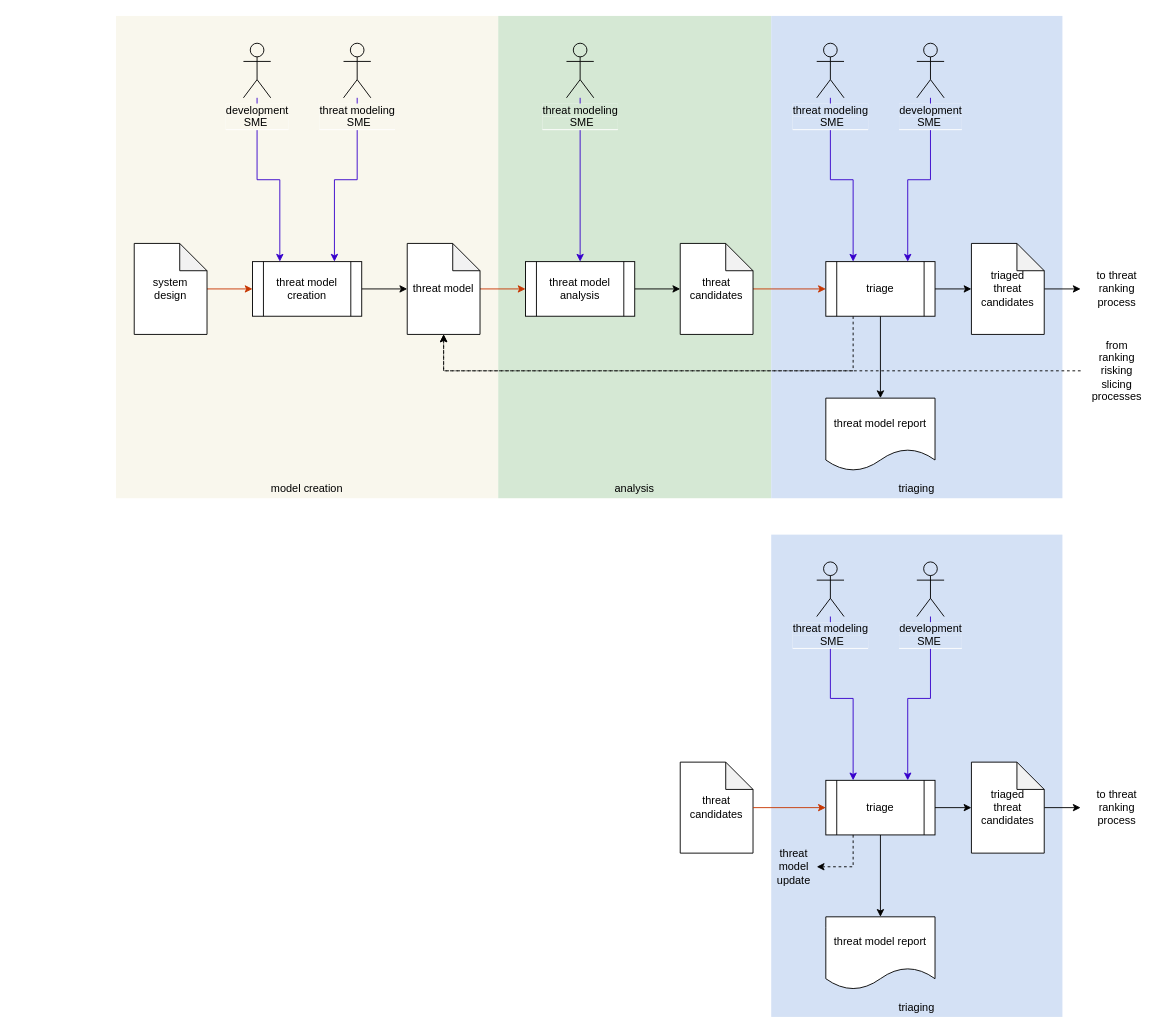
Before: source/reference_documents/secondary_documents/design phase/Threat Modeling Report/images/source/threat modeling workflow.drawio in nutonomy/AVCDL, a draw.io diagram. Source tidied: cells renumbered, new cells numbered last; positions are measured from the earlier drawing's top-left corner, leaving out a move shared by most shapes. Both pictures are drawn from the tidied source at 91%, with x=0, y=0 at pixel (116, 15).
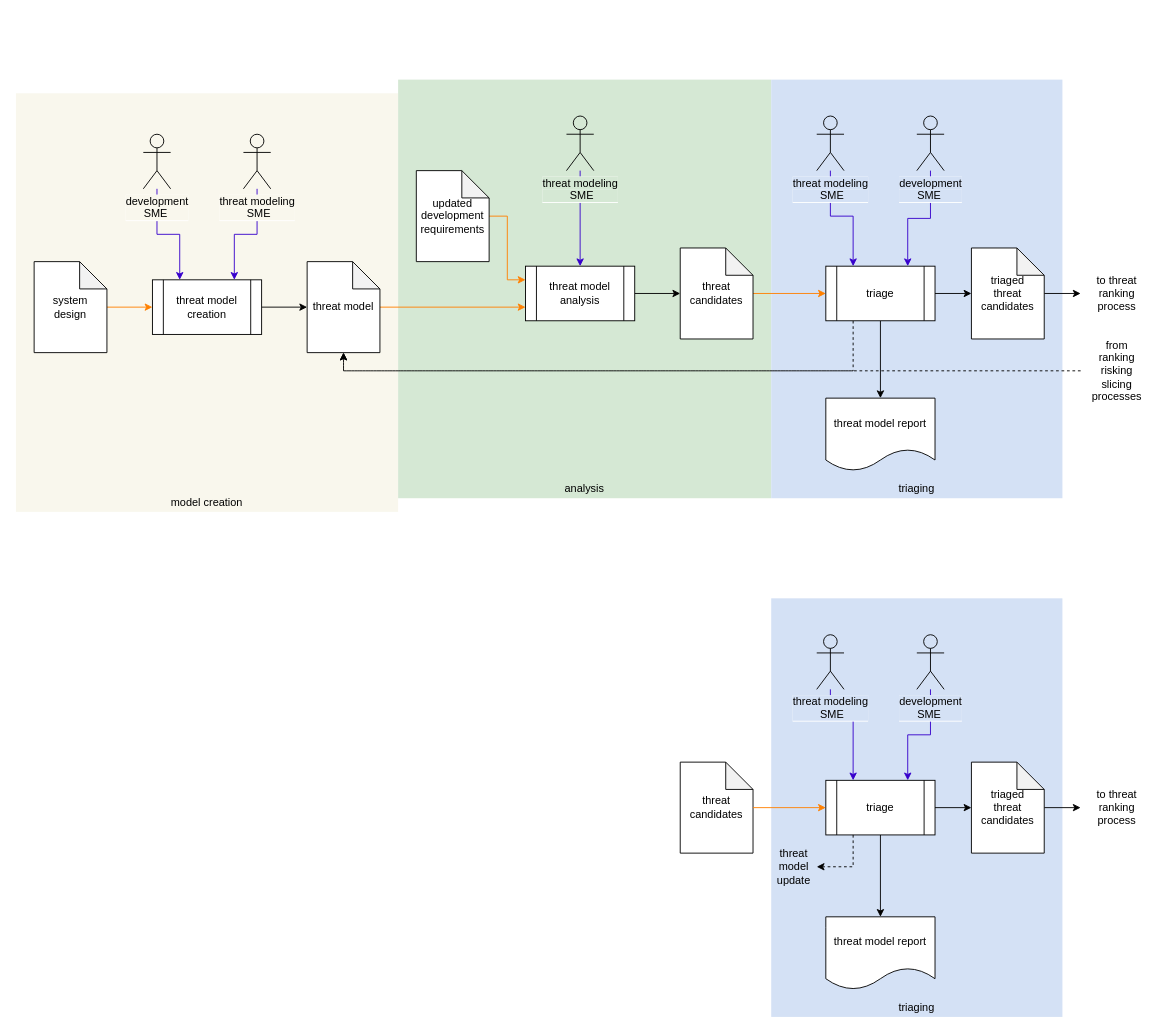
After the change.

Commit message (it also covers changes not shown here):
updated Threat Modeling Report document to call out requirements use during analysis

Unchanged cells that the change refers to:
```xml
<mxCell id="44" value="triage" style="shape=process;whiteSpace=wrap;html=1;backgroundOutline=1;" parent="1" vertex="1">
  <mxGeometry x="780" y="840" width="120" height="60" as="geometry" />
</mxCell>
<mxCell id="53" value="threat candidates" style="shape=note;whiteSpace=wrap;html=1;backgroundOutline=1;darkOpacity=0.05;" parent="1" vertex="1">
  <mxGeometry x="620" y="820" width="80" height="100" as="geometry" />
</mxCell>
```

Change to the diagram source:
```diff
@@
     <mxCell id="2" style="rounded=0;whiteSpace=wrap;html=1;fillColor=#f9f7ed;strokeColor=none;" parent="1" vertex="1">
-      <mxGeometry width="420" height="530" as="geometry" />
+      <mxGeometry x="-110" y="85" width="420" height="460" as="geometry" />
     </mxCell>
     <mxCell id="3" style="rounded=0;whiteSpace=wrap;html=1;strokeColor=none;fillColor=#D5E8D4;" parent="1" vertex="1">
-      <mxGeometry x="420" width="300" height="530" as="geometry" />
+      <mxGeometry x="310" y="70" width="410" height="460" as="geometry" />
     </mxCell>
     <mxCell id="4" style="rounded=0;whiteSpace=wrap;html=1;strokeColor=none;fillColor=#D4E1F5;" parent="1" vertex="1">
-      <mxGeometry x="720" width="320" height="530" as="geometry" />
+      <mxGeometry x="720" y="70" width="320" height="460" as="geometry" />
     </mxCell>
@@
     <mxCell id="7" value="threat model analysis" style="shape=process;whiteSpace=wrap;html=1;backgroundOutline=1;" parent="1" vertex="1">
-      <mxGeometry x="450" y="270" width="120" height="60" as="geometry" />
+      <mxGeometry x="450" y="275" width="120" height="60" as="geometry" />
     </mxCell>
@@
     <mxCell id="9" style="edgeStyle=orthogonalEdgeStyle;rounded=0;jettySize=auto;html=1;entryX=0.25;entryY=0;entryDx=0;entryDy=0;fillColor=#6a00ff;strokeColor=#3700CC;" parent="1" edge="1" source="33" target="20">
       <mxGeometry relative="1" as="geometry">
         <Array as="points">
-          <mxPoint x="785" y="180" />
-          <mxPoint x="810" y="180" />
+          <mxPoint x="785" y="220" />
+          <mxPoint x="810" y="220" />
         </Array>
       </mxGeometry>
     </mxCell>
@@
-    <mxCell id="13" style="edgeStyle=orthogonalEdgeStyle;rounded=0;jettySize=auto;html=1;entryX=0;entryY=0.5;entryDx=0;entryDy=0;fillColor=#fa6800;strokeColor=#C73500;" parent="1" edge="1" source="14" target="7">
+    <mxCell id="13" style="edgeStyle=orthogonalEdgeStyle;rounded=0;jettySize=auto;html=1;entryX=0;entryY=0.75;entryDx=0;entryDy=0;fillColor=#fa6800;strokeColor=#FF8000;" parent="1" edge="1" source="14" target="7">
       <mxGeometry relative="1" as="geometry" />
     </mxCell>
     <mxCell id="14" value="threat model" style="shape=note;whiteSpace=wrap;html=1;backgroundOutline=1;darkOpacity=0.05;" parent="1" vertex="1">
-      <mxGeometry x="320" y="250" width="80" height="100" as="geometry" />
+      <mxGeometry x="210" y="270" width="80" height="100" as="geometry" />
     </mxCell>
-    <mxCell id="15" style="edgeStyle=orthogonalEdgeStyle;rounded=0;jettySize=auto;html=1;entryX=0;entryY=0.5;entryDx=0;entryDy=0;fillColor=#fa6800;strokeColor=#C73500;" parent="1" edge="1" source="16" target="20">
+    <mxCell id="15" style="edgeStyle=orthogonalEdgeStyle;rounded=0;jettySize=auto;html=1;entryX=0;entryY=0.5;entryDx=0;entryDy=0;fillColor=#fa6800;strokeColor=#FF8000;" parent="1" edge="1" source="16" target="20">
       <mxGeometry relative="1" as="geometry" />
     </mxCell>
     <mxCell id="16" value="threat candidates" style="shape=note;whiteSpace=wrap;html=1;backgroundOutline=1;darkOpacity=0.05;" parent="1" vertex="1">
-      <mxGeometry x="620" y="250" width="80" height="100" as="geometry" />
+      <mxGeometry x="620" y="255" width="80" height="100" as="geometry" />
     </mxCell>
@@
     <mxCell id="19" style="edgeStyle=orthogonalEdgeStyle;rounded=0;jettySize=auto;html=1;exitX=0.25;exitY=1;exitDx=0;exitDy=0;entryX=0.5;entryY=1;entryDx=0;entryDy=0;entryPerimeter=0;strokeWidth=1;dashed=1;" parent="1" edge="1" source="20" target="14">
       <mxGeometry relative="1" as="geometry">
         <Array as="points">
           <mxPoint x="810" y="390" />
-          <mxPoint x="360" y="390" />
+          <mxPoint x="250" y="390" />
         </Array>
       </mxGeometry>
     </mxCell>
     <mxCell id="20" value="triage" style="shape=process;whiteSpace=wrap;html=1;backgroundOutline=1;" parent="1" vertex="1">
-      <mxGeometry x="780" y="270" width="120" height="60" as="geometry" />
+      <mxGeometry x="780" y="275" width="120" height="60" as="geometry" />
     </mxCell>
@@
     <mxCell id="22" value="triaged&lt;br&gt;threat candidates" style="shape=note;whiteSpace=wrap;html=1;backgroundOutline=1;darkOpacity=0.05;" parent="1" vertex="1">
-      <mxGeometry x="940" y="250" width="80" height="100" as="geometry" />
+      <mxGeometry x="940" y="255" width="80" height="100" as="geometry" />
     </mxCell>
@@
     <mxCell id="25" value="threat model creation" style="shape=process;whiteSpace=wrap;html=1;backgroundOutline=1;" parent="1" vertex="1">
-      <mxGeometry x="150" y="270" width="120" height="60" as="geometry" />
+      <mxGeometry x="40" y="290" width="120" height="60" as="geometry" />
     </mxCell>
     <mxCell id="26" value="to threat ranking process" style="text;html=1;strokeColor=none;fillColor=none;align=center;verticalAlign=middle;whiteSpace=wrap;rounded=0;" parent="1" vertex="1">
-      <mxGeometry x="1060" y="260" width="80" height="80" as="geometry" />
+      <mxGeometry x="1060" y="265" width="80" height="80" as="geometry" />
     </mxCell>
@@
     <mxCell id="28" value="model creation" style="text;html=1;strokeColor=none;fillColor=none;align=center;verticalAlign=middle;whiteSpace=wrap;rounded=0;" parent="1" vertex="1">
-      <mxGeometry y="510" width="420" height="20" as="geometry" />
+      <mxGeometry x="-110" y="525" width="420" height="20" as="geometry" />
     </mxCell>
     <mxCell id="29" value="analysis" style="text;html=1;strokeColor=none;fillColor=none;align=center;verticalAlign=middle;whiteSpace=wrap;rounded=0;" parent="1" vertex="1">
-      <mxGeometry x="420" y="510" width="300" height="20" as="geometry" />
+      <mxGeometry x="310" y="510" width="410" height="20" as="geometry" />
     </mxCell>
@@
-    <mxCell id="31" style="edgeStyle=orthogonalEdgeStyle;rounded=0;jettySize=auto;html=1;fillColor=#fa6800;strokeColor=#C73500;entryX=0;entryY=0.5;entryDx=0;entryDy=0;" parent="1" edge="1" source="32" target="25">
+    <mxCell id="31" style="edgeStyle=orthogonalEdgeStyle;rounded=0;jettySize=auto;html=1;fillColor=#fa6800;strokeColor=#FF8000;entryX=0;entryY=0.5;entryDx=0;entryDy=0;" parent="1" edge="1" source="32" target="25">
       <mxGeometry relative="1" as="geometry" />
     </mxCell>
     <mxCell id="32" value="system&lt;br&gt;design" style="shape=note;whiteSpace=wrap;html=1;backgroundOutline=1;darkOpacity=0.05;" parent="1" vertex="1">
-      <mxGeometry x="20" y="250" width="80" height="100" as="geometry" />
+      <mxGeometry x="-90" y="270" width="80" height="100" as="geometry" />
     </mxCell>
     <mxCell id="33" value="&lt;span style=&quot;background-color: rgb(212 , 225 , 245)&quot;&gt;threat modeling&lt;br&gt;&amp;nbsp; &amp;nbsp; &amp;nbsp; &amp;nbsp; &amp;nbsp;SME&amp;nbsp; &amp;nbsp; &amp;nbsp; &amp;nbsp;&amp;nbsp;&lt;/span&gt;" style="shape=umlActor;verticalLabelPosition=bottom;labelBackgroundColor=#ffffff;verticalAlign=top;html=1;outlineConnect=0;fillColor=#D4E1F5;" parent="1" vertex="1">
-      <mxGeometry x="770" y="30" width="30" height="60" as="geometry" />
+      <mxGeometry x="770" y="110" width="30" height="60" as="geometry" />
     </mxCell>
     <mxCell id="34" value="&lt;span style=&quot;background-color: rgb(212 , 225 , 245)&quot;&gt;development&lt;br&gt;&amp;nbsp; &amp;nbsp; &amp;nbsp; SME&amp;nbsp; &amp;nbsp; &amp;nbsp; &amp;nbsp;&lt;/span&gt;" style="shape=umlActor;verticalLabelPosition=bottom;labelBackgroundColor=#ffffff;verticalAlign=top;html=1;outlineConnect=0;fillColor=#D4E1F5;" parent="1" vertex="1">
-      <mxGeometry x="880" y="30" width="30" height="60" as="geometry" />
+      <mxGeometry x="880" y="110" width="30" height="60" as="geometry" />
     </mxCell>
     <mxCell id="35" value="&lt;span style=&quot;background-color: rgb(213 , 232 , 212)&quot;&gt;threat modeling&lt;br&gt;&amp;nbsp; &amp;nbsp; &amp;nbsp; &amp;nbsp; &amp;nbsp;SME&amp;nbsp; &amp;nbsp; &amp;nbsp; &amp;nbsp;&amp;nbsp;&lt;/span&gt;" style="shape=umlActor;verticalLabelPosition=bottom;labelBackgroundColor=#ffffff;verticalAlign=top;html=1;outlineConnect=0;fillColor=#D5E8D4;" parent="1" vertex="1">
-      <mxGeometry x="495" y="30" width="30" height="60" as="geometry" />
+      <mxGeometry x="495" y="110" width="30" height="60" as="geometry" />
     </mxCell>
     <mxCell id="36" value="&lt;span style=&quot;background-color: rgb(249 , 247 , 237)&quot;&gt;threat modeling&lt;br&gt;&amp;nbsp; &amp;nbsp; &amp;nbsp; &amp;nbsp; &amp;nbsp;SME&amp;nbsp; &amp;nbsp; &amp;nbsp; &amp;nbsp;&amp;nbsp;&lt;/span&gt;" style="shape=umlActor;verticalLabelPosition=bottom;labelBackgroundColor=#ffffff;verticalAlign=top;html=1;outlineConnect=0;fillColor=#F9F7ED;" parent="1" vertex="1">
-      <mxGeometry x="250" y="30" width="30" height="60" as="geometry" />
+      <mxGeometry x="140" y="130" width="30" height="60" as="geometry" />
     </mxCell>
     <mxCell id="37" value="&lt;span style=&quot;background-color: rgb(249 , 247 , 237)&quot;&gt;development&lt;br&gt;&amp;nbsp; &amp;nbsp; &amp;nbsp; SME&amp;nbsp; &amp;nbsp; &amp;nbsp; &amp;nbsp;&lt;/span&gt;" style="shape=umlActor;verticalLabelPosition=bottom;labelBackgroundColor=#ffffff;verticalAlign=top;html=1;outlineConnect=0;fillColor=#F9F7ED;" parent="1" vertex="1">
-      <mxGeometry x="140" y="30" width="30" height="60" as="geometry" />
+      <mxGeometry x="30" y="130" width="30" height="60" as="geometry" />
     </mxCell>
     <mxCell id="38" style="rounded=0;whiteSpace=wrap;html=1;strokeColor=none;fillColor=#D4E1F5;" parent="1" vertex="1">
-      <mxGeometry x="720" y="570" width="320" height="530" as="geometry" />
+      <mxGeometry x="720" y="640" width="320" height="460" as="geometry" />
     </mxCell>
@@
     <mxCell id="49" value="&lt;span style=&quot;background-color: rgb(212 , 225 , 245)&quot;&gt;threat modeling&lt;br&gt;&amp;nbsp; &amp;nbsp; &amp;nbsp; &amp;nbsp; &amp;nbsp;SME&amp;nbsp; &amp;nbsp; &amp;nbsp; &amp;nbsp;&amp;nbsp;&lt;/span&gt;" style="shape=umlActor;verticalLabelPosition=bottom;labelBackgroundColor=#ffffff;verticalAlign=top;html=1;outlineConnect=0;fillColor=#D4E1F5;" parent="1" vertex="1">
-      <mxGeometry x="770" y="600" width="30" height="60" as="geometry" />
+      <mxGeometry x="770" y="680" width="30" height="60" as="geometry" />
     </mxCell>
     <mxCell id="50" value="&lt;span style=&quot;background-color: rgb(212 , 225 , 245)&quot;&gt;development&lt;br&gt;&amp;nbsp; &amp;nbsp; &amp;nbsp; SME&amp;nbsp; &amp;nbsp; &amp;nbsp; &amp;nbsp;&lt;/span&gt;" style="shape=umlActor;verticalLabelPosition=bottom;labelBackgroundColor=#ffffff;verticalAlign=top;html=1;outlineConnect=0;fillColor=#D4E1F5;" parent="1" vertex="1">
-      <mxGeometry x="880" y="600" width="30" height="60" as="geometry" />
+      <mxGeometry x="880" y="680" width="30" height="60" as="geometry" />
     </mxCell>
@@
-    <mxCell id="54" style="edgeStyle=orthogonalEdgeStyle;rounded=0;jettySize=auto;html=1;fillColor=#fa6800;strokeColor=#C73500;" parent="1" edge="1" source="53" target="44">
+    <mxCell id="54" style="edgeStyle=orthogonalEdgeStyle;rounded=0;jettySize=auto;html=1;fillColor=#fa6800;strokeColor=#FF8000;" parent="1" edge="1" source="53" target="44">
       <mxGeometry relative="1" as="geometry" />
     </mxCell>
+    <mxCell id="55" style="edgeStyle=orthogonalEdgeStyle;rounded=0;jettySize=auto;html=1;entryX=0;entryY=0.25;entryDx=0;entryDy=0;strokeColor=#FF8000;" parent="1" edge="1" source="56" target="7">
+      <mxGeometry relative="1" as="geometry" />
+    </mxCell>
+    <mxCell id="56" value="updated development requirements" style="shape=note;whiteSpace=wrap;html=1;backgroundOutline=1;darkOpacity=0.05;" parent="1" vertex="1">
+      <mxGeometry x="330" y="170" width="80" height="100" as="geometry" />
+    </mxCell>
```
